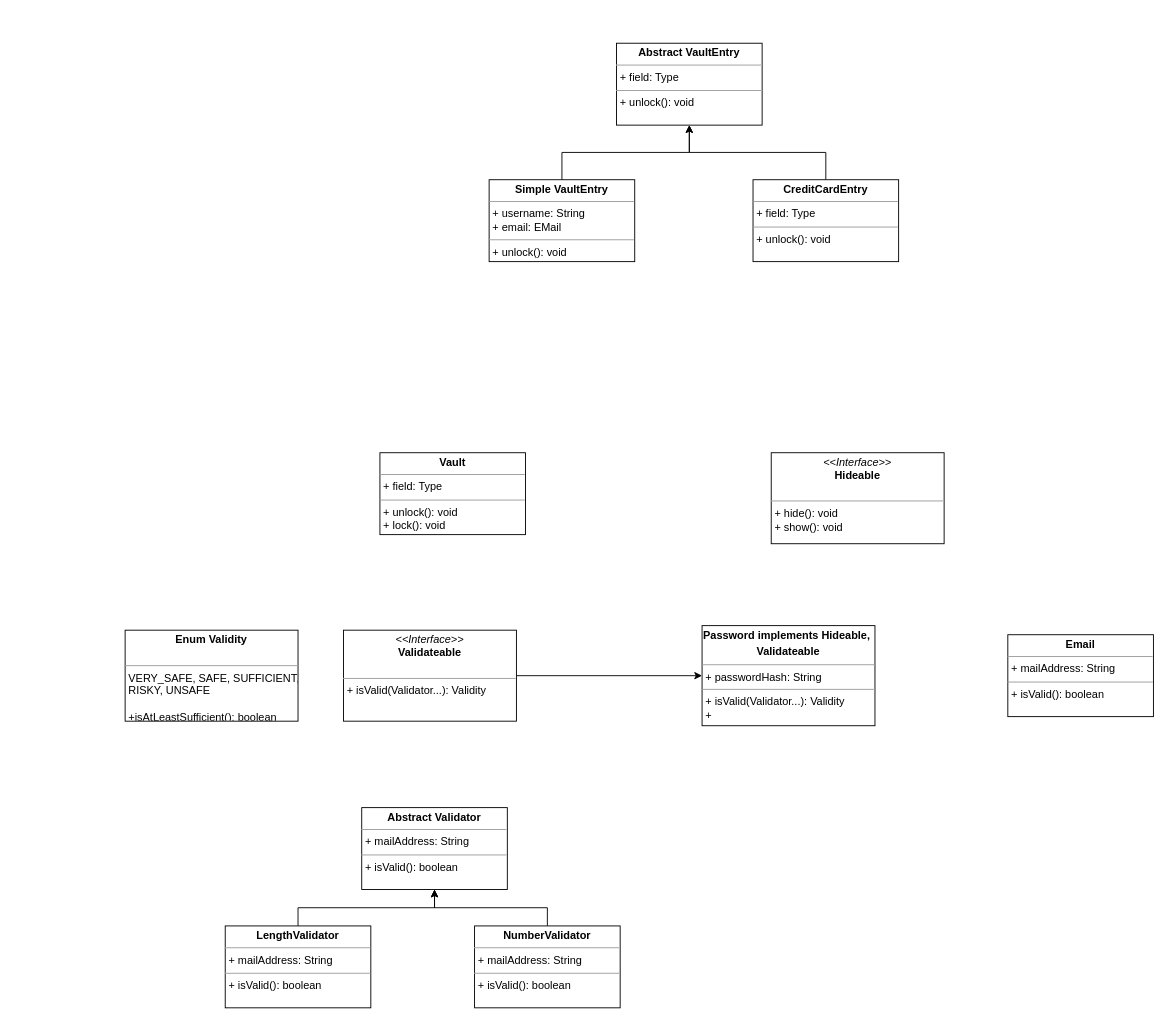
Above: CubeVault.drawio in Infynyty/CubeVault (draw.io), before the change. Source tidied: cells renumbered, new cells numbered last; positions are measured from the earlier drawing's top-left corner, leaving out a move shared by most shapes. Both pictures are drawn from the tidied source at 91%, with x=0, y=0 at pixel (125, 43).
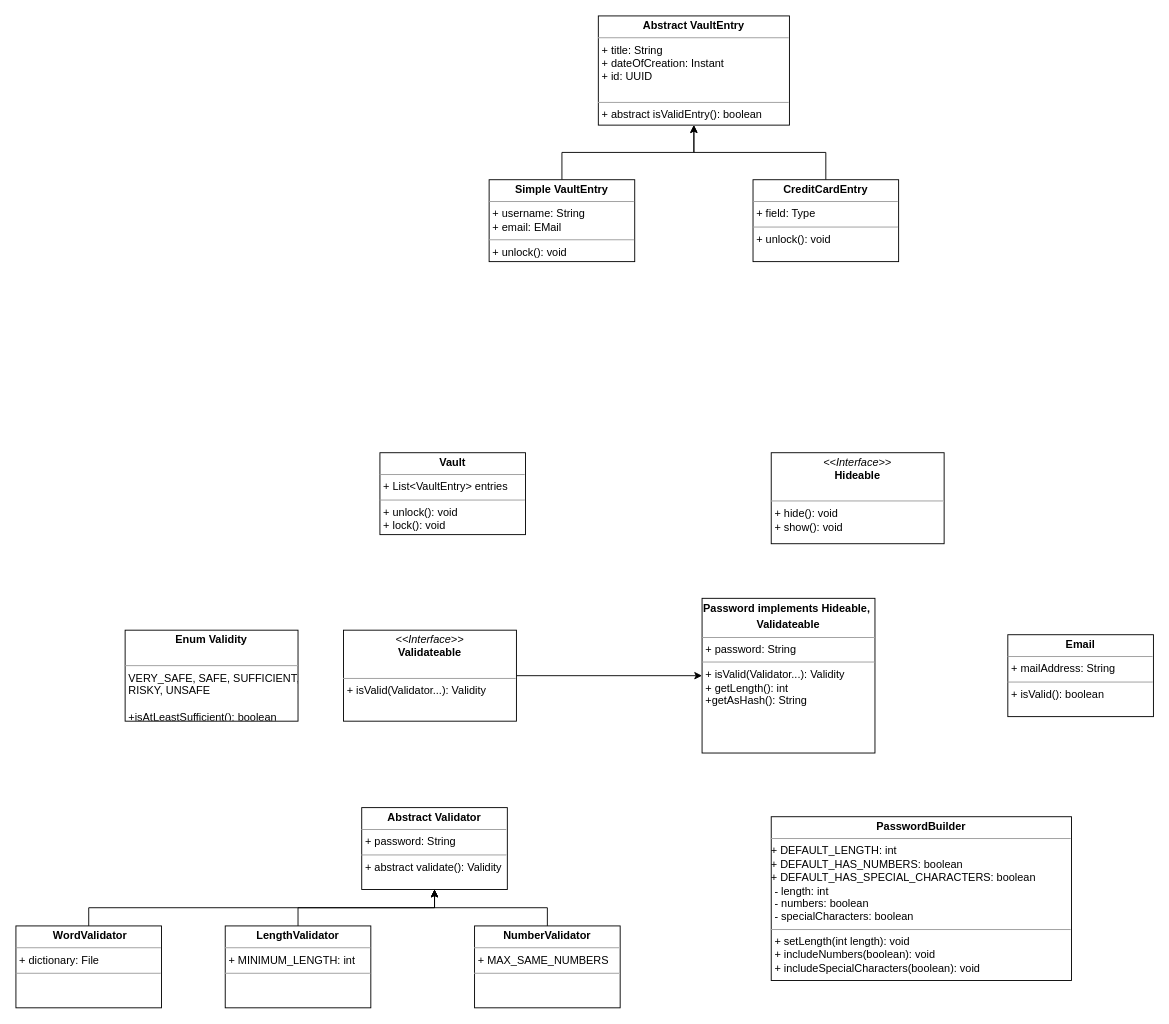
After the change.

Commit message (it also covers changes not shown here):
start implementing password and validation

Change to the diagram source:
```diff
@@
-    <mxCell id="2" value="&lt;p style=&quot;margin: 0px ; margin-top: 4px ; text-align: center&quot;&gt;&lt;b&gt;Vault&lt;/b&gt;&lt;/p&gt;&lt;hr size=&quot;1&quot;&gt;&lt;p style=&quot;margin: 0px ; margin-left: 4px&quot;&gt;+ field: Type&lt;/p&gt;&lt;hr size=&quot;1&quot;&gt;&lt;p style=&quot;margin: 0px ; margin-left: 4px&quot;&gt;+ unlock(): void&lt;/p&gt;&lt;p style=&quot;margin: 0px ; margin-left: 4px&quot;&gt;+ lock(): void&lt;/p&gt;" style="verticalAlign=top;align=left;overflow=fill;fontSize=12;fontFamily=Helvetica;html=1;" parent="1" vertex="1">
+    <mxCell id="2" value="&lt;p style=&quot;margin: 0px ; margin-top: 4px ; text-align: center&quot;&gt;&lt;b&gt;Vault&lt;/b&gt;&lt;/p&gt;&lt;hr size=&quot;1&quot;&gt;&lt;p style=&quot;margin: 0px ; margin-left: 4px&quot;&gt;+ List&amp;lt;VaultEntry&amp;gt; entries&lt;/p&gt;&lt;hr size=&quot;1&quot;&gt;&lt;p style=&quot;margin: 0px ; margin-left: 4px&quot;&gt;+ unlock(): void&lt;/p&gt;&lt;p style=&quot;margin: 0px ; margin-left: 4px&quot;&gt;+ lock(): void&lt;/p&gt;" style="verticalAlign=top;align=left;overflow=fill;fontSize=12;fontFamily=Helvetica;html=1;" parent="1" vertex="1">
       <mxGeometry x="280" y="450" width="160" height="90" as="geometry" />
     </mxCell>
-    <mxCell id="3" value="&lt;p style=&quot;margin: 0px ; margin-top: 4px ; text-align: center&quot;&gt;&lt;b&gt;Abstract VaultEntry&lt;/b&gt;&lt;/p&gt;&lt;hr size=&quot;1&quot;&gt;&lt;p style=&quot;margin: 0px ; margin-left: 4px&quot;&gt;+ field: Type&lt;/p&gt;&lt;hr size=&quot;1&quot;&gt;&lt;p style=&quot;margin: 0px ; margin-left: 4px&quot;&gt;+ unlock(): void&lt;/p&gt;" style="verticalAlign=top;align=left;overflow=fill;fontSize=12;fontFamily=Helvetica;html=1;" parent="1" vertex="1">
-      <mxGeometry x="540" width="160" height="90" as="geometry" />
+    <mxCell id="3" value="&lt;p style=&quot;margin: 0px ; margin-top: 4px ; text-align: center&quot;&gt;&lt;b&gt;Abstract VaultEntry&lt;/b&gt;&lt;/p&gt;&lt;hr size=&quot;1&quot;&gt;&lt;p style=&quot;margin: 0px ; margin-left: 4px&quot;&gt;+ title: String&lt;/p&gt;&lt;p style=&quot;margin: 0px ; margin-left: 4px&quot;&gt;+ dateOfCreation: Instant&lt;/p&gt;&lt;p style=&quot;margin: 0px ; margin-left: 4px&quot;&gt;+ id: UUID&lt;/p&gt;&lt;p style=&quot;margin: 0px ; margin-left: 4px&quot;&gt;&lt;br&gt;&lt;/p&gt;&lt;hr size=&quot;1&quot;&gt;&lt;p style=&quot;margin: 0px ; margin-left: 4px&quot;&gt;+ abstract isValidEntry(): boolean&lt;/p&gt;" style="verticalAlign=top;align=left;overflow=fill;fontSize=12;fontFamily=Helvetica;html=1;" parent="1" vertex="1">
+      <mxGeometry x="520" y="-30" width="210" height="120" as="geometry" />
     </mxCell>
@@
-    <mxCell id="10" value="&lt;p style=&quot;margin: 0px ; margin-top: 4px ; text-align: center&quot;&gt;&lt;b&gt;Password implements Hideable,&amp;nbsp;&lt;/b&gt;&lt;/p&gt;&lt;p style=&quot;margin: 0px ; margin-top: 4px ; text-align: center&quot;&gt;&lt;b&gt;Validateable&lt;/b&gt;&lt;/p&gt;&lt;hr size=&quot;1&quot;&gt;&lt;p style=&quot;margin: 0px ; margin-left: 4px&quot;&gt;+ passwordHash: String&lt;/p&gt;&lt;hr size=&quot;1&quot;&gt;&lt;p style=&quot;margin: 0px ; margin-left: 4px&quot;&gt;+ isValid(Validator...): Validity&lt;/p&gt;&lt;p style=&quot;margin: 0px ; margin-left: 4px&quot;&gt;+&amp;nbsp;&lt;/p&gt;" style="verticalAlign=top;align=left;overflow=fill;fontSize=12;fontFamily=Helvetica;html=1;" parent="1" vertex="1">
-      <mxGeometry x="634" y="640" width="190" height="110" as="geometry" />
+    <mxCell id="10" value="&lt;p style=&quot;margin: 0px ; margin-top: 4px ; text-align: center&quot;&gt;&lt;b&gt;Password implements Hideable,&amp;nbsp;&lt;/b&gt;&lt;/p&gt;&lt;p style=&quot;margin: 0px ; margin-top: 4px ; text-align: center&quot;&gt;&lt;b&gt;Validateable&lt;/b&gt;&lt;/p&gt;&lt;hr size=&quot;1&quot;&gt;&lt;p style=&quot;margin: 0px ; margin-left: 4px&quot;&gt;+ password: String&lt;/p&gt;&lt;hr size=&quot;1&quot;&gt;&lt;p style=&quot;margin: 0px ; margin-left: 4px&quot;&gt;+ isValid(Validator...): Validity&lt;/p&gt;&lt;p style=&quot;margin: 0px ; margin-left: 4px&quot;&gt;+ getLength(): int&lt;/p&gt;&lt;p style=&quot;margin: 0px ; margin-left: 4px&quot;&gt;+getAsHash(): String&lt;/p&gt;" style="verticalAlign=top;align=left;overflow=fill;fontSize=12;fontFamily=Helvetica;html=1;" parent="1" vertex="1">
+      <mxGeometry x="634" y="610" width="190" height="170" as="geometry" />
     </mxCell>
-    <mxCell id="11" value="&lt;p style=&quot;margin: 0px ; margin-top: 4px ; text-align: center&quot;&gt;&lt;b&gt;Abstract Validator&lt;/b&gt;&lt;/p&gt;&lt;hr size=&quot;1&quot;&gt;&lt;p style=&quot;margin: 0px ; margin-left: 4px&quot;&gt;+ mailAddress: String&lt;/p&gt;&lt;hr size=&quot;1&quot;&gt;&lt;p style=&quot;margin: 0px ; margin-left: 4px&quot;&gt;+ isValid(): boolean&lt;/p&gt;" style="verticalAlign=top;align=left;overflow=fill;fontSize=12;fontFamily=Helvetica;html=1;" parent="1" vertex="1">
+    <mxCell id="11" value="&lt;p style=&quot;margin: 0px ; margin-top: 4px ; text-align: center&quot;&gt;&lt;b&gt;Abstract Validator&lt;/b&gt;&lt;/p&gt;&lt;hr size=&quot;1&quot;&gt;&lt;p style=&quot;margin: 0px ; margin-left: 4px&quot;&gt;+ password: String&lt;/p&gt;&lt;hr size=&quot;1&quot;&gt;&lt;p style=&quot;margin: 0px ; margin-left: 4px&quot;&gt;+ abstract validate(): Validity&lt;/p&gt;" style="verticalAlign=top;align=left;overflow=fill;fontSize=12;fontFamily=Helvetica;html=1;" parent="1" vertex="1">
       <mxGeometry x="260" y="840" width="160" height="90" as="geometry" />
     </mxCell>
@@
-    <mxCell id="15" value="&lt;p style=&quot;margin: 0px ; margin-top: 4px ; text-align: center&quot;&gt;&lt;b&gt;LengthValidator&lt;/b&gt;&lt;/p&gt;&lt;hr size=&quot;1&quot;&gt;&lt;p style=&quot;margin: 0px ; margin-left: 4px&quot;&gt;+ mailAddress: String&lt;/p&gt;&lt;hr size=&quot;1&quot;&gt;&lt;p style=&quot;margin: 0px ; margin-left: 4px&quot;&gt;+ isValid(): boolean&lt;/p&gt;" style="verticalAlign=top;align=left;overflow=fill;fontSize=12;fontFamily=Helvetica;html=1;" parent="1" vertex="1">
+    <mxCell id="15" value="&lt;p style=&quot;margin: 0px ; margin-top: 4px ; text-align: center&quot;&gt;&lt;b&gt;LengthValidator&lt;/b&gt;&lt;/p&gt;&lt;hr size=&quot;1&quot;&gt;&lt;p style=&quot;margin: 0px ; margin-left: 4px&quot;&gt;+ MINIMUM_LENGTH: int&lt;/p&gt;&lt;hr size=&quot;1&quot;&gt;&lt;p style=&quot;margin: 0px ; margin-left: 4px&quot;&gt;&lt;br&gt;&lt;/p&gt;" style="verticalAlign=top;align=left;overflow=fill;fontSize=12;fontFamily=Helvetica;html=1;" parent="1" vertex="1">
       <mxGeometry x="110" y="970" width="160" height="90" as="geometry" />
     </mxCell>
@@
-    <mxCell id="17" value="&lt;p style=&quot;margin: 0px ; margin-top: 4px ; text-align: center&quot;&gt;&lt;b&gt;NumberValidator&lt;/b&gt;&lt;/p&gt;&lt;hr size=&quot;1&quot;&gt;&lt;p style=&quot;margin: 0px ; margin-left: 4px&quot;&gt;+ mailAddress: String&lt;/p&gt;&lt;hr size=&quot;1&quot;&gt;&lt;p style=&quot;margin: 0px ; margin-left: 4px&quot;&gt;+ isValid(): boolean&lt;/p&gt;" style="verticalAlign=top;align=left;overflow=fill;fontSize=12;fontFamily=Helvetica;html=1;" parent="1" vertex="1">
+    <mxCell id="17" value="&lt;p style=&quot;margin: 0px ; margin-top: 4px ; text-align: center&quot;&gt;&lt;b&gt;NumberValidator&lt;/b&gt;&lt;/p&gt;&lt;hr size=&quot;1&quot;&gt;&lt;p style=&quot;margin: 0px ; margin-left: 4px&quot;&gt;+ MAX_SAME_NUMBERS&lt;/p&gt;&lt;hr size=&quot;1&quot;&gt;&lt;p style=&quot;margin: 0px ; margin-left: 4px&quot;&gt;&lt;br&gt;&lt;/p&gt;" style="verticalAlign=top;align=left;overflow=fill;fontSize=12;fontFamily=Helvetica;html=1;" parent="1" vertex="1">
       <mxGeometry x="384" y="970" width="160" height="90" as="geometry" />
     </mxCell>
@@
+    <mxCell id="19" value="&lt;p style=&quot;margin: 0px ; margin-top: 4px ; text-align: center&quot;&gt;&lt;b&gt;PasswordBuilder&lt;/b&gt;&lt;/p&gt;&lt;hr size=&quot;1&quot;&gt;+ DEFAULT_LENGTH: int&amp;nbsp;&lt;br&gt;+ DEFAULT_HAS_NUMBERS: boolean&lt;br&gt;+ DEFAULT_HAS_SPECIAL_CHARACTERS: boolean&lt;br&gt;&lt;p style=&quot;margin: 0px ; margin-left: 4px&quot;&gt;- length: int&lt;/p&gt;&lt;p style=&quot;margin: 0px ; margin-left: 4px&quot;&gt;- numbers: boolean&lt;/p&gt;&lt;p style=&quot;margin: 0px ; margin-left: 4px&quot;&gt;- specialCharacters: boolean&lt;/p&gt;&lt;hr size=&quot;1&quot;&gt;&lt;p style=&quot;margin: 0px ; margin-left: 4px&quot;&gt;+ setLength(int length): void&lt;/p&gt;&lt;p style=&quot;margin: 0px ; margin-left: 4px&quot;&gt;+ includeNumbers(boolean): void&lt;/p&gt;&lt;p style=&quot;margin: 0px ; margin-left: 4px&quot;&gt;+ includeSpecialCharacters(boolean): void&lt;/p&gt;" style="verticalAlign=top;align=left;overflow=fill;fontSize=12;fontFamily=Helvetica;html=1;" parent="1" vertex="1">
+      <mxGeometry x="710" y="850" width="330" height="180" as="geometry" />
+    </mxCell>
+    <mxCell id="20" style="edgeStyle=orthogonalEdgeStyle;rounded=0;jettySize=auto;html=1;entryX=0.5;entryY=1;entryDx=0;entryDy=0;" parent="1" edge="1" source="21" target="11">
+      <mxGeometry relative="1" as="geometry">
+        <Array as="points">
+          <mxPoint x="-40" y="950" />
+          <mxPoint x="340" y="950" />
+        </Array>
+      </mxGeometry>
+    </mxCell>
+    <mxCell id="21" value="&lt;p style=&quot;margin: 0px ; margin-top: 4px ; text-align: center&quot;&gt;&lt;b&gt;&amp;nbsp;WordValidator&lt;/b&gt;&lt;/p&gt;&lt;hr size=&quot;1&quot;&gt;&lt;p style=&quot;margin: 0px ; margin-left: 4px&quot;&gt;+ dictionary: File&lt;/p&gt;&lt;hr size=&quot;1&quot;&gt;&lt;p style=&quot;margin: 0px ; margin-left: 4px&quot;&gt;&lt;br&gt;&lt;/p&gt;" style="verticalAlign=top;align=left;overflow=fill;fontSize=12;fontFamily=Helvetica;html=1;" parent="1" vertex="1">
+      <mxGeometry x="-120" y="970" width="160" height="90" as="geometry" />
+    </mxCell>
```
